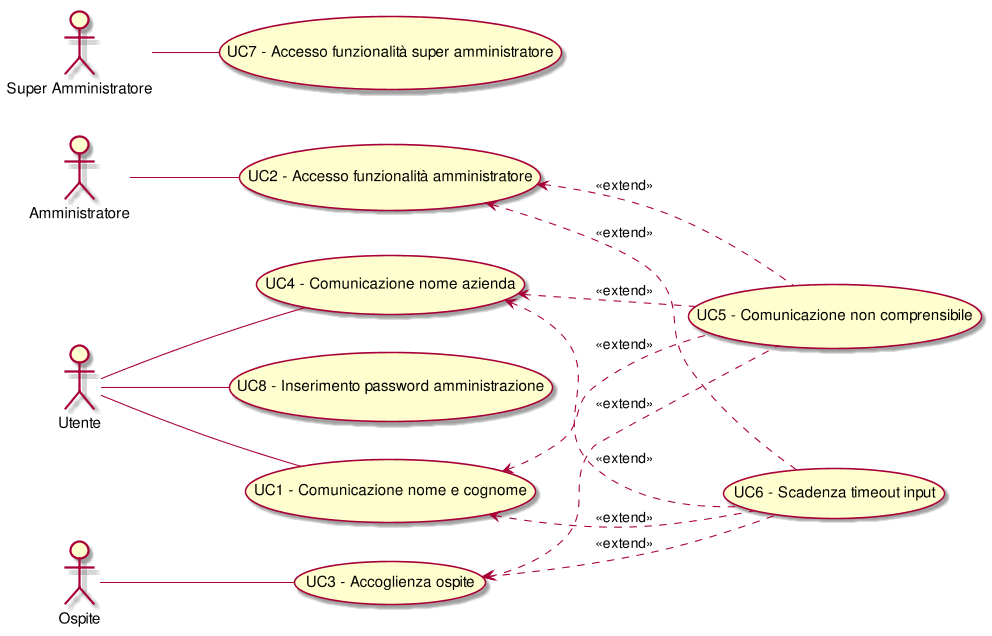
This is RR/Esterni/AnalisiDeiRequisiti/images/UseCase.png from CoCodeSWE/Docs, a PlantUML export, as it was before one commit.
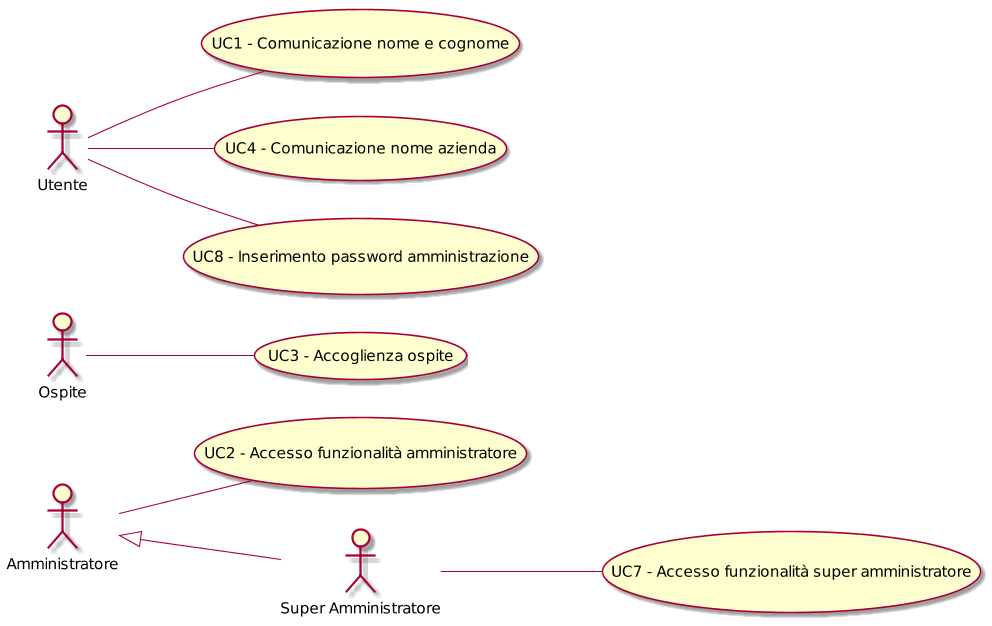
The same file after the commit.

Change to the diagram source:
```diff
@@ -1,30 +1,18 @@
 @startuml
 scale 1000*1000
 left to right direction
-(UC1) <.. (UC5): <<extend>>
-(UC2) <.. (UC5): <<extend>>
-(UC3) <.. (UC5): <<extend>>
-(UC4) <.. (UC5): <<extend>>
-(UC1) <.. (UC6): <<extend>>
-(UC2) <.. (UC6): <<extend>>
-(UC3) <.. (UC6): <<extend>>
-(UC4) <.. (UC6): <<extend>>
 ( UC1 - Comunicazione nome e cognome ) as (UC1)
 :Utente:--(UC1)
+:Membro dell'azienda:-up-(UC3)
 ( UC2 - Accesso funzionalità amministratore ) as (UC2)
 :Amministratore:--(UC2)
 ( UC3 - Accoglienza ospite ) as (UC3)
 :Ospite:--(UC3)
 ( UC4 - Comunicazione nome azienda ) as (UC4)
 :Utente:--(UC4)
-( UC5 - Comunicazione non comprensibile ) as (UC5)
-( UC5 - Comunicazione non comprensibile ) as (UC5)
-( UC5 - Comunicazione non comprensibile ) as (UC5)
-( UC6 - Scadenza timeout input ) as (UC6)
-( UC6 - Scadenza timeout input ) as (UC6)
-( UC6 - Scadenza timeout input ) as (UC6)
-( UC7 - Accesso funzionalità super amministratore ) as (UC7)
+( UC7 - Accesso funzionalità super amministratore ) as (UC7)
 :Super Amministratore:--(UC7)
 ( UC8 - Inserimento password amministrazione ) as (UC8)
 :Utente:--(UC8)
+:Super Amministratore:-up-|>:Amministratore:
 @enduml
```
